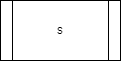
The draw.io diagram wiki/s.drawio.png in troyman1289/ShoppingList, before a commit. Source tidied: cells renumbered, new cells last; positions are measured from the earlier drawing's top-left corner, leaving out a move shared by most shapes. Source of this version:
```xml
<mxGraphModel>
  <root>
    <mxCell id="0" />
    <mxCell id="1" parent="0" />
    <mxCell id="2" value="s" style="shape=process;whiteSpace=wrap;html=1;backgroundOutline=1;" parent="1" vertex="1">
      <mxGeometry width="120" height="60" as="geometry" />
    </mxCell>
  </root>
</mxGraphModel>
```
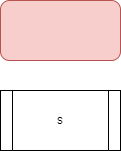
After the change.

The edit, as a diff of the source:
```diff
@@ -5,5 +5,8 @@
     <mxCell id="2" value="s" style="shape=process;whiteSpace=wrap;html=1;backgroundOutline=1;" parent="1" vertex="1">
       <mxGeometry width="120" height="60" as="geometry" />
     </mxCell>
+    <mxCell id="3" style="rounded=1;whiteSpace=wrap;html=1;fillColor=#f8cecc;strokeColor=#b85450;" parent="1" vertex="1">
+      <mxGeometry y="-90" width="120" height="60" as="geometry" />
+    </mxCell>
   </root>
 </mxGraphModel>
```
